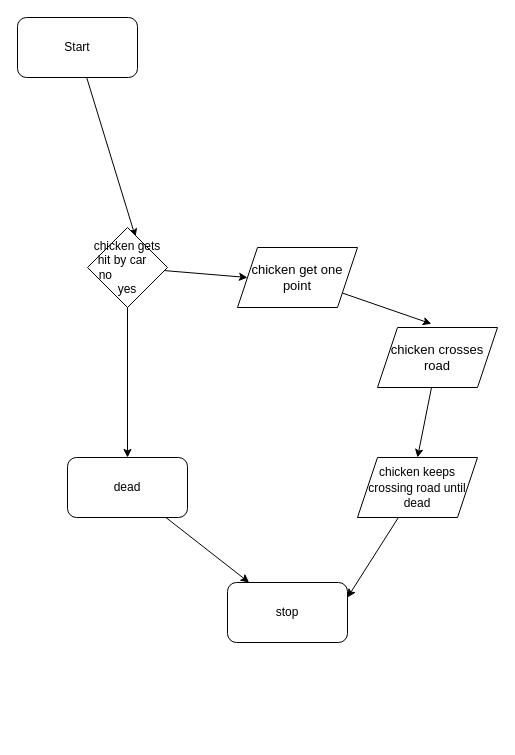
MTHS-ICS2O-2-2022/ICS2O-Final-Project-Group07 keeps this draw.io diagram as drawings/flowchart.drawio. Above is the earlier version. Source tidied: cells renumbered, new cells numbered last; positions are measured from the earlier drawing's top-left corner, leaving out a move shared by most shapes. Both pictures are drawn from the tidied source at 100%, with x=0, y=0 at pixel (17, 17).
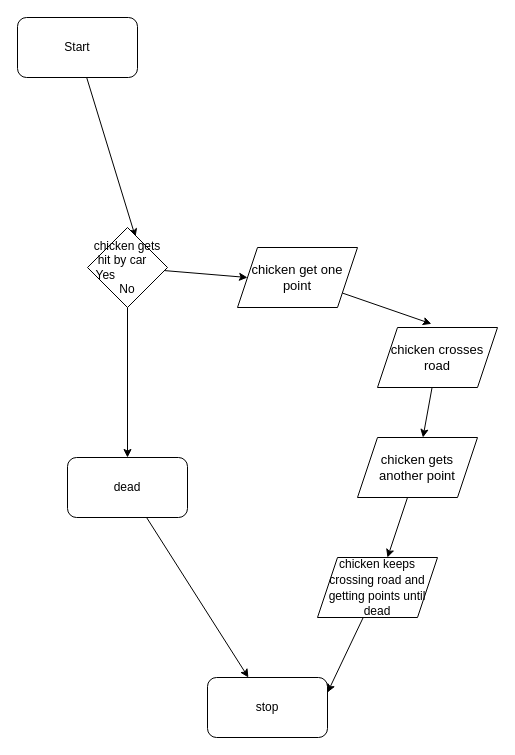
After the change.

The edit, as a diff of the source:
```diff
@@
 <mxGraphModel>
   <root>
     <mxCell id="0" />
     <mxCell id="1" parent="0" />
     <mxCell id="2" style="edgeStyle=none;html=1;entryX=0.6;entryY=0.12;entryDx=0;entryDy=0;entryPerimeter=0;" parent="1" edge="1" source="3" target="7">
       <mxGeometry relative="1" as="geometry" />
     </mxCell>
     <mxCell id="3" value="Start" style="rounded=1;whiteSpace=wrap;html=1;" parent="1" vertex="1">
       <mxGeometry width="120" height="60" as="geometry" />
     </mxCell>
     <mxCell id="4" value="stop" style="rounded=1;whiteSpace=wrap;html=1;" parent="1" vertex="1">
-      <mxGeometry x="210" y="565" width="120" height="60" as="geometry" />
+      <mxGeometry x="190" y="660" width="120" height="60" as="geometry" />
     </mxCell>
     <mxCell id="5" style="edgeStyle=none;html=1;entryX=0.5;entryY=0;entryDx=0;entryDy=0;" parent="1" edge="1" source="7" target="9">
       <mxGeometry relative="1" as="geometry" />
     </mxCell>
     <mxCell id="6" style="edgeStyle=none;html=1;entryX=0;entryY=0.5;entryDx=0;entryDy=0;" parent="1" edge="1" source="7" target="11">
       <mxGeometry relative="1" as="geometry" />
     </mxCell>
-    <mxCell id="7" value="chicken gets hit by car&amp;nbsp; &amp;nbsp;&lt;br&gt;no&amp;nbsp; &amp;nbsp; &amp;nbsp; &amp;nbsp; &amp;nbsp; &amp;nbsp; &amp;nbsp; yes" style="rhombus;whiteSpace=wrap;html=1;" parent="1" vertex="1">
+    <mxCell id="7" value="chicken gets hit by car&amp;nbsp; &amp;nbsp;&lt;br&gt;Yes&amp;nbsp; &amp;nbsp; &amp;nbsp; &amp;nbsp; &amp;nbsp; &amp;nbsp; &amp;nbsp; No" style="rhombus;whiteSpace=wrap;html=1;" parent="1" vertex="1">
       <mxGeometry x="70" y="210" width="80" height="80" as="geometry" />
     </mxCell>
     <mxCell id="8" style="edgeStyle=none;html=1;" parent="1" edge="1" source="9" target="4">
       <mxGeometry relative="1" as="geometry" />
     </mxCell>
     <mxCell id="9" value="dead" style="rounded=1;whiteSpace=wrap;html=1;" parent="1" vertex="1">
       <mxGeometry x="50" y="440" width="120" height="60" as="geometry" />
     </mxCell>
     <mxCell id="10" style="edgeStyle=none;html=1;entryX=0.449;entryY=-0.061;entryDx=0;entryDy=0;entryPerimeter=0;fontSize=13;" parent="1" edge="1" source="11" target="13">
       <mxGeometry relative="1" as="geometry" />
     </mxCell>
     <mxCell id="11" value="&lt;font style=&quot;font-size: 13px;&quot;&gt;chicken get one point&lt;/font&gt;" style="shape=parallelogram;perimeter=parallelogramPerimeter;whiteSpace=wrap;html=1;fixedSize=1;" parent="1" vertex="1">
       <mxGeometry x="220" y="230" width="120" height="60" as="geometry" />
     </mxCell>
-    <mxCell id="12" style="edgeStyle=none;html=1;entryX=0.5;entryY=0;entryDx=0;entryDy=0;fontSize=13;" parent="1" edge="1" source="13" target="15">
-      <mxGeometry relative="1" as="geometry" />
-    </mxCell>
+    <mxCell id="16" style="edgeStyle=none;html=1;fontSize=13;" parent="1" edge="1" source="13" target="18">
+      <mxGeometry relative="1" as="geometry" />
+    </mxCell>
     <mxCell id="13" value="&lt;font style=&quot;font-size: 13px;&quot;&gt;chicken crosses road&lt;/font&gt;" style="shape=parallelogram;perimeter=parallelogramPerimeter;whiteSpace=wrap;html=1;fixedSize=1;fontSize=13;" parent="1" vertex="1">
       <mxGeometry x="360" y="310" width="120" height="60" as="geometry" />
     </mxCell>
     <mxCell id="14" style="edgeStyle=none;html=1;entryX=1;entryY=0.25;entryDx=0;entryDy=0;fontSize=13;" parent="1" edge="1" source="15" target="4">
       <mxGeometry relative="1" as="geometry" />
     </mxCell>
-    <mxCell id="15" value="&lt;span style=&quot;font-size: 12px;&quot;&gt;chicken keeps crossing road until dead&lt;/span&gt;" style="shape=parallelogram;perimeter=parallelogramPerimeter;whiteSpace=wrap;html=1;fixedSize=1;fontSize=13;" parent="1" vertex="1">
-      <mxGeometry x="340" y="440" width="120" height="60" as="geometry" />
+    <mxCell id="15" value="&lt;span style=&quot;font-size: 12px;&quot;&gt;chicken keeps crossing road and getting points until dead&lt;/span&gt;" style="shape=parallelogram;perimeter=parallelogramPerimeter;whiteSpace=wrap;html=1;fixedSize=1;fontSize=13;" parent="1" vertex="1">
+      <mxGeometry x="300" y="540" width="120" height="60" as="geometry" />
     </mxCell>
+    <mxCell id="17" style="edgeStyle=none;html=1;fontSize=13;" parent="1" edge="1" source="18" target="15">
+      <mxGeometry relative="1" as="geometry" />
+    </mxCell>
+    <mxCell id="18" value="chicken gets another point" style="shape=parallelogram;perimeter=parallelogramPerimeter;whiteSpace=wrap;html=1;fixedSize=1;fontSize=13;" parent="1" vertex="1">
+      <mxGeometry x="340" y="420" width="120" height="60" as="geometry" />
+    </mxCell>
   </root>
 </mxGraphModel>
```
